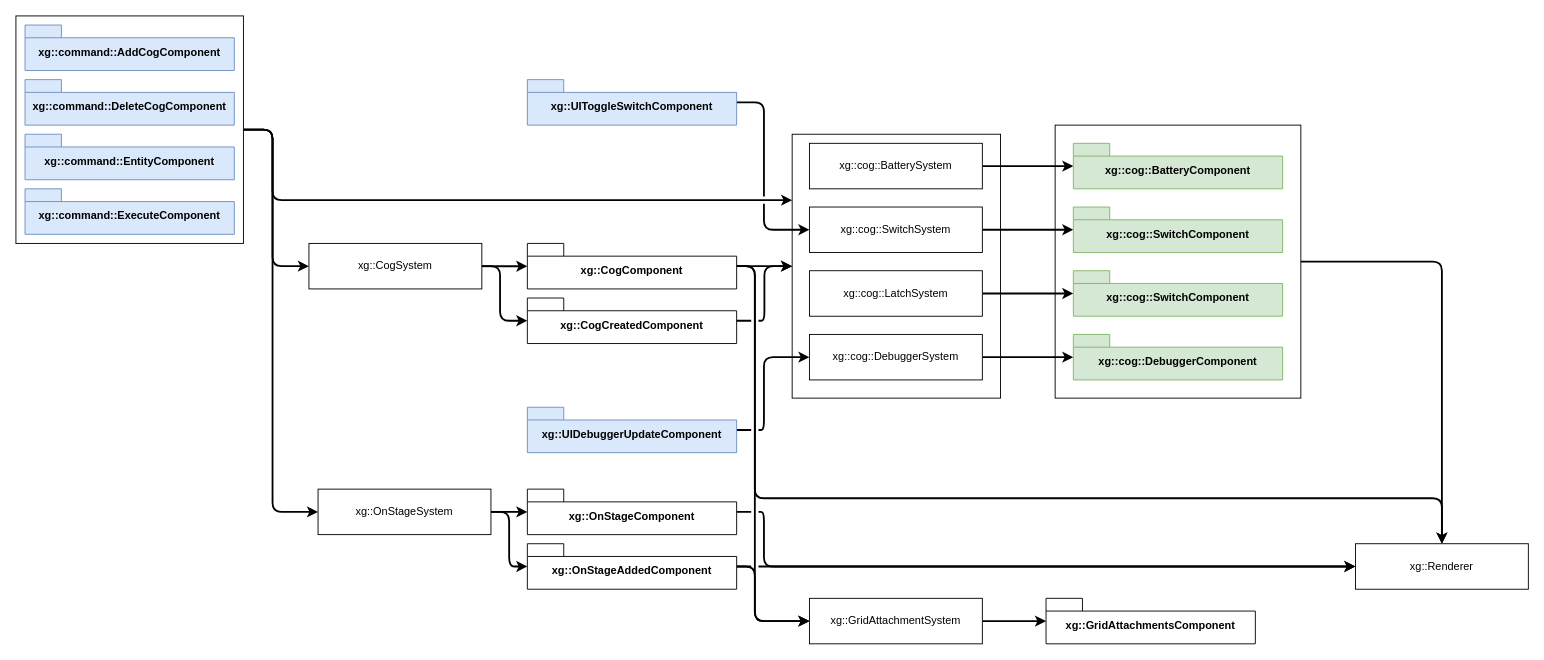
Before: design/cog.drawio in djfooks-kl/breadboard, a draw.io diagram. Source tidied: cells renumbered, new cells numbered last; positions are measured from the earlier drawing's top-left corner, leaving out a move shared by most shapes. Both pictures are drawn from the tidied source at 91%, with x=0, y=0 at pixel (15, 15).
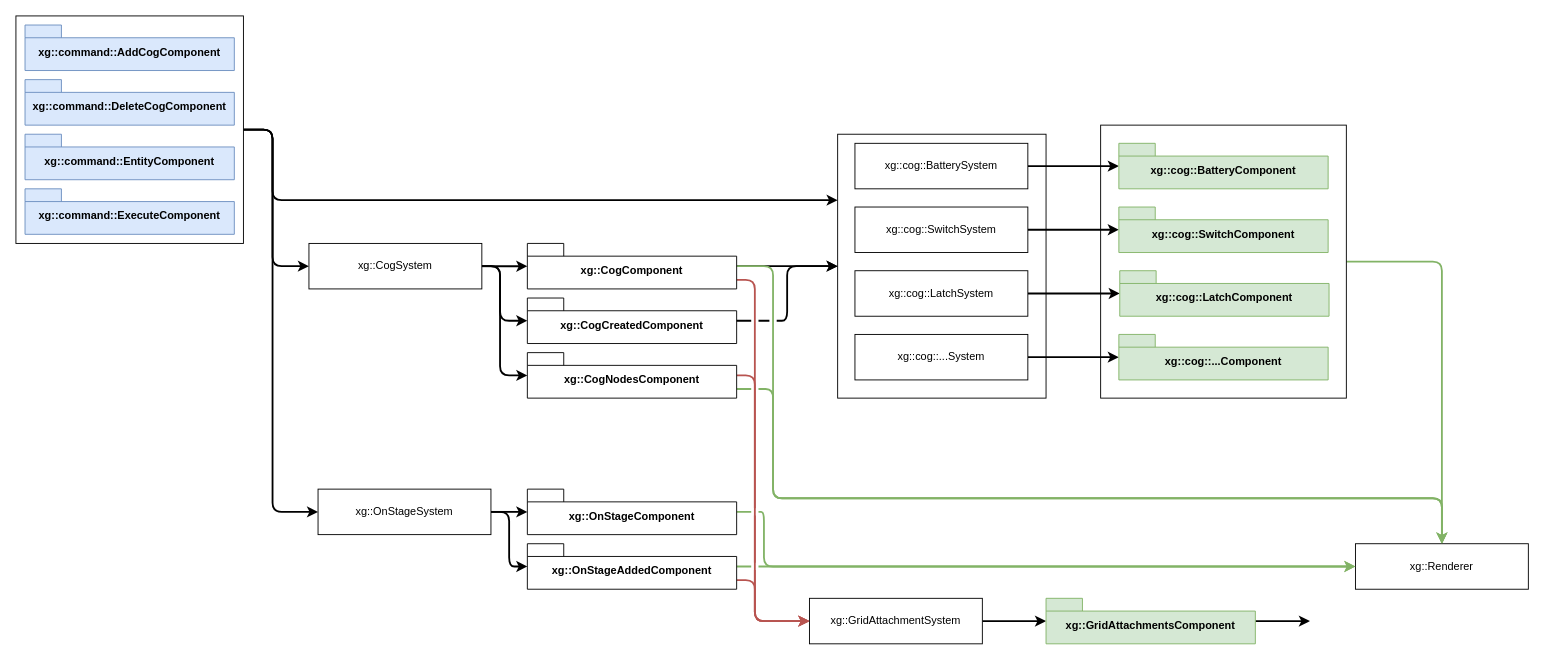
Above is the later version.

The change refers to these unchanged cells:
```xml
<mxCell id="16" value="xg::CogComponent" style="shape=folder;fontStyle=1;spacingTop=10;tabWidth=40;tabHeight=14;tabPosition=left;html=1;whiteSpace=wrap;" parent="1" vertex="1">
  <mxGeometry x="562" y="250" width="230" height="50" as="geometry" />
</mxCell>
<mxCell id="18" value="xg::CogSystem" style="html=1;whiteSpace=wrap;" parent="1" vertex="1">
  <mxGeometry x="322" y="250" width="190" height="50" as="geometry" />
</mxCell>
<mxCell id="22" value="xg::Renderer" style="html=1;whiteSpace=wrap;" parent="1" vertex="1">
  <mxGeometry x="1472" y="580" width="190" height="50" as="geometry" />
</mxCell>
<mxCell id="41" value="xg::OnStageComponent" style="shape=folder;fontStyle=1;spacingTop=10;tabWidth=40;tabHeight=14;tabPosition=left;html=1;whiteSpace=wrap;" parent="1" vertex="1">
  <mxGeometry x="562" y="520" width="230" height="50" as="geometry" />
</mxCell>
<mxCell id="46" value="xg::OnStageAddedComponent" style="shape=folder;fontStyle=1;spacingTop=10;tabWidth=40;tabHeight=14;tabPosition=left;html=1;whiteSpace=wrap;" parent="1" vertex="1">
  <mxGeometry x="562" y="580" width="230" height="50" as="geometry" />
</mxCell>
<mxCell id="48" value="xg::GridAttachmentSystem" style="html=1;whiteSpace=wrap;" parent="1" vertex="1">
  <mxGeometry x="872" y="640" width="190" height="50" as="geometry" />
</mxCell>
```

The edit, as a diff of the source:
```diff
@@
-    <mxCell id="2" style="edgeStyle=orthogonalEdgeStyle;shape=connector;curved=0;rounded=1;jettySize=auto;html=1;strokeColor=default;strokeWidth=2;align=center;verticalAlign=middle;fontFamily=Helvetica;fontSize=11;fontColor=default;labelBackgroundColor=default;endArrow=classic;jumpStyle=gap;" parent="1" edge="1" source="3" target="22">
+    <mxCell id="2" style="edgeStyle=orthogonalEdgeStyle;shape=connector;curved=0;rounded=1;jettySize=auto;html=1;strokeColor=#82b366;strokeWidth=2;align=center;verticalAlign=middle;fontFamily=Helvetica;fontSize=11;fontColor=default;labelBackgroundColor=default;endArrow=classic;jumpStyle=gap;fillColor=#d5e8d4;" parent="1" edge="1" source="3" target="22">
       <mxGeometry relative="1" as="geometry" />
     </mxCell>
     <mxCell id="3" style="rounded=0;whiteSpace=wrap;html=1;fontFamily=Helvetica;fontSize=11;fontColor=default;labelBackgroundColor=default;" parent="1" vertex="1">
-      <mxGeometry x="1142" y="120" width="270" height="300" as="geometry" />
+      <mxGeometry x="1192" y="120" width="270" height="300" as="geometry" />
     </mxCell>
     <mxCell id="4" style="rounded=0;whiteSpace=wrap;html=1;" parent="1" vertex="1">
-      <mxGeometry x="853" y="130" width="229" height="290" as="geometry" />
+      <mxGeometry x="903" y="130" width="229" height="290" as="geometry" />
     </mxCell>
@@
-    <mxCell id="14" style="edgeStyle=orthogonalEdgeStyle;shape=connector;curved=0;rounded=1;jettySize=auto;html=1;strokeColor=default;strokeWidth=2;align=center;verticalAlign=middle;fontFamily=Helvetica;fontSize=11;fontColor=default;labelBackgroundColor=default;endArrow=classic;jumpStyle=gap;" parent="1" edge="1" source="16" target="22">
+    <mxCell id="14" style="edgeStyle=orthogonalEdgeStyle;shape=connector;curved=0;rounded=1;jettySize=auto;html=1;strokeColor=#82b366;strokeWidth=2;align=center;verticalAlign=middle;fontFamily=Helvetica;fontSize=11;fontColor=default;labelBackgroundColor=default;endArrow=classic;jumpStyle=gap;fillColor=#d5e8d4;" parent="1" edge="1" source="16" target="22">
       <mxGeometry relative="1" as="geometry">
         <Array as="points">
-          <mxPoint x="812" y="275" />
-          <mxPoint x="812" y="530" />
+          <mxPoint x="832" y="275" />
+          <mxPoint x="832" y="530" />
+          <mxPoint x="1567" y="530" />
         </Array>
       </mxGeometry>
     </mxCell>
-    <mxCell id="15" style="edgeStyle=orthogonalEdgeStyle;shape=connector;curved=0;rounded=1;jumpStyle=gap;jettySize=auto;html=1;strokeColor=default;strokeWidth=2;align=center;verticalAlign=middle;fontFamily=Helvetica;fontSize=11;fontColor=default;labelBackgroundColor=default;endArrow=classic;" parent="1" edge="1" source="16" target="48">
+    <mxCell id="15" style="edgeStyle=orthogonalEdgeStyle;shape=connector;curved=0;rounded=1;jumpStyle=gap;jettySize=auto;html=1;strokeColor=#b85450;strokeWidth=2;align=center;verticalAlign=middle;fontFamily=Helvetica;fontSize=11;fontColor=default;labelBackgroundColor=default;endArrow=classic;fillColor=#f8cecc;" parent="1" edge="1" source="16" target="48">
       <mxGeometry relative="1" as="geometry">
         <Array as="points">
-          <mxPoint x="812" y="275" />
+          <mxPoint x="812" y="290" />
           <mxPoint x="812" y="665" />
         </Array>
       </mxGeometry>
     </mxCell>
@@
+    <mxCell id="50" style="edgeStyle=orthogonalEdgeStyle;shape=connector;curved=0;rounded=1;jumpStyle=gap;jettySize=auto;html=1;strokeColor=default;strokeWidth=2;align=center;verticalAlign=middle;fontFamily=Helvetica;fontSize=11;fontColor=default;labelBackgroundColor=default;endArrow=classic;" parent="1" edge="1" source="18" target="54">
+      <mxGeometry relative="1" as="geometry">
+        <Array as="points">
+          <mxPoint x="532" y="275" />
+          <mxPoint x="532" y="395" />
+        </Array>
+      </mxGeometry>
+    </mxCell>
@@
     <mxCell id="20" value="xg::cog::BatterySystem" style="html=1;whiteSpace=wrap;" parent="1" vertex="1">
-      <mxGeometry x="872" y="140" width="190" height="50" as="geometry" />
+      <mxGeometry x="922" y="140" width="190" height="50" as="geometry" />
     </mxCell>
     <mxCell id="21" value="xg::cog::BatteryComponent" style="shape=folder;fontStyle=1;spacingTop=10;tabWidth=40;tabHeight=14;tabPosition=left;html=1;whiteSpace=wrap;fillColor=#d5e8d4;strokeColor=#82b366;" parent="1" vertex="1">
-      <mxGeometry x="1162" y="140" width="230" height="50" as="geometry" />
+      <mxGeometry x="1212" y="140" width="230" height="50" as="geometry" />
     </mxCell>
@@
     <mxCell id="24" value="xg::cog::LatchSystem" style="html=1;whiteSpace=wrap;" parent="1" vertex="1">
-      <mxGeometry x="872" y="280" width="190" height="50" as="geometry" />
+      <mxGeometry x="922" y="280" width="190" height="50" as="geometry" />
     </mxCell>
@@
     <mxCell id="26" value="xg::cog::SwitchSystem" style="html=1;whiteSpace=wrap;" parent="1" vertex="1">
-      <mxGeometry x="872" y="210" width="190" height="50" as="geometry" />
+      <mxGeometry x="922" y="210" width="190" height="50" as="geometry" />
     </mxCell>
@@
-    <mxCell id="28" value="xg::cog::DebuggerSystem" style="html=1;whiteSpace=wrap;" parent="1" vertex="1">
-      <mxGeometry x="872" y="350" width="190" height="50" as="geometry" />
+    <mxCell id="28" value="xg::cog::...System" style="html=1;whiteSpace=wrap;" parent="1" vertex="1">
+      <mxGeometry x="922" y="350" width="190" height="50" as="geometry" />
     </mxCell>
     <mxCell id="29" value="xg::cog::SwitchComponent" style="shape=folder;fontStyle=1;spacingTop=10;tabWidth=40;tabHeight=14;tabPosition=left;html=1;whiteSpace=wrap;fillColor=#d5e8d4;strokeColor=#82b366;" parent="1" vertex="1">
-      <mxGeometry x="1162" y="210" width="230" height="50" as="geometry" />
+      <mxGeometry x="1212" y="210" width="230" height="50" as="geometry" />
     </mxCell>
-    <mxCell id="30" style="edgeStyle=orthogonalEdgeStyle;shape=connector;curved=0;rounded=1;jettySize=auto;html=1;strokeColor=default;strokeWidth=2;align=center;verticalAlign=middle;fontFamily=Helvetica;fontSize=11;fontColor=default;labelBackgroundColor=default;endArrow=classic;jumpStyle=gap;" parent="1" edge="1" source="31" target="26">
-      <mxGeometry relative="1" as="geometry">
-        <Array as="points">
-          <mxPoint x="822" y="95" />
-          <mxPoint x="822" y="235" />
-        </Array>
-      </mxGeometry>
-    </mxCell>
-    <mxCell id="31" value="xg::UIToggleSwitchComponent" style="shape=folder;fontStyle=1;spacingTop=10;tabWidth=40;tabHeight=14;tabPosition=left;html=1;whiteSpace=wrap;fillColor=#dae8fc;strokeColor=#6c8ebf;" parent="1" vertex="1">
-      <mxGeometry x="562" y="70" width="230" height="50" as="geometry" />
-    </mxCell>
-    <mxCell id="32" style="edgeStyle=orthogonalEdgeStyle;shape=connector;curved=0;rounded=1;jettySize=auto;html=1;strokeColor=default;strokeWidth=2;align=center;verticalAlign=middle;fontFamily=Helvetica;fontSize=11;fontColor=default;labelBackgroundColor=default;endArrow=classic;jumpStyle=gap;" parent="1" edge="1" source="33" target="28">
-      <mxGeometry relative="1" as="geometry">
-        <Array as="points">
-          <mxPoint x="822" y="455" />
-          <mxPoint x="822" y="375" />
-        </Array>
-      </mxGeometry>
-    </mxCell>
-    <mxCell id="33" value="xg::UIDebuggerUpdateComponent" style="shape=folder;fontStyle=1;spacingTop=10;tabWidth=40;tabHeight=14;tabPosition=left;html=1;whiteSpace=wrap;fillColor=#dae8fc;strokeColor=#6c8ebf;" parent="1" vertex="1">
-      <mxGeometry x="562" y="430" width="230" height="50" as="geometry" />
-    </mxCell>
-    <mxCell id="34" value="xg::cog::DebuggerComponent" style="shape=folder;fontStyle=1;spacingTop=10;tabWidth=40;tabHeight=14;tabPosition=left;html=1;whiteSpace=wrap;fillColor=#d5e8d4;strokeColor=#82b366;" parent="1" vertex="1">
-      <mxGeometry x="1162" y="350" width="230" height="50" as="geometry" />
+    <mxCell id="34" value="xg::cog::...Component" style="shape=folder;fontStyle=1;spacingTop=10;tabWidth=40;tabHeight=14;tabPosition=left;html=1;whiteSpace=wrap;fillColor=#d5e8d4;strokeColor=#82b366;" parent="1" vertex="1">
+      <mxGeometry x="1212" y="350" width="230" height="50" as="geometry" />
     </mxCell>
-    <mxCell id="35" value="xg::cog::SwitchComponent" style="shape=folder;fontStyle=1;spacingTop=10;tabWidth=40;tabHeight=14;tabPosition=left;html=1;whiteSpace=wrap;fillColor=#d5e8d4;strokeColor=#82b366;" parent="1" vertex="1">
-      <mxGeometry x="1162" y="280" width="230" height="50" as="geometry" />
+    <mxCell id="35" value="xg::cog::LatchComponent" style="shape=folder;fontStyle=1;spacingTop=10;tabWidth=40;tabHeight=14;tabPosition=left;html=1;whiteSpace=wrap;fillColor=#d5e8d4;strokeColor=#82b366;" parent="1" vertex="1">
+      <mxGeometry x="1213" y="280" width="230" height="50" as="geometry" />
     </mxCell>
@@
-    <mxCell id="40" style="edgeStyle=orthogonalEdgeStyle;shape=connector;curved=0;rounded=1;jettySize=auto;html=1;strokeColor=default;strokeWidth=2;align=center;verticalAlign=middle;fontFamily=Helvetica;fontSize=11;fontColor=default;labelBackgroundColor=default;endArrow=classic;jumpStyle=gap;" parent="1" edge="1" source="41" target="22">
+    <mxCell id="40" style="edgeStyle=orthogonalEdgeStyle;shape=connector;curved=0;rounded=1;jettySize=auto;html=1;strokeColor=#82b366;strokeWidth=2;align=center;verticalAlign=middle;fontFamily=Helvetica;fontSize=11;fontColor=default;labelBackgroundColor=default;endArrow=classic;jumpStyle=gap;fillColor=#d5e8d4;" parent="1" edge="1" source="41" target="22">
       <mxGeometry relative="1" as="geometry">
         <Array as="points">
           <mxPoint x="822" y="545" />
           <mxPoint x="822" y="605" />
         </Array>
       </mxGeometry>
     </mxCell>
@@
-    <mxCell id="44" style="edgeStyle=orthogonalEdgeStyle;shape=connector;curved=0;rounded=1;jumpStyle=gap;jettySize=auto;html=1;strokeColor=default;strokeWidth=2;align=center;verticalAlign=middle;fontFamily=Helvetica;fontSize=11;fontColor=default;labelBackgroundColor=default;endArrow=classic;" parent="1" edge="1" source="46" target="22">
+    <mxCell id="44" style="edgeStyle=orthogonalEdgeStyle;shape=connector;curved=0;rounded=1;jumpStyle=gap;jettySize=auto;html=1;strokeColor=#82b366;strokeWidth=2;align=center;verticalAlign=middle;fontFamily=Helvetica;fontSize=11;fontColor=default;labelBackgroundColor=default;endArrow=classic;fillColor=#d5e8d4;" parent="1" edge="1" source="46" target="22">
       <mxGeometry relative="1" as="geometry" />
     </mxCell>
-    <mxCell id="45" style="edgeStyle=orthogonalEdgeStyle;shape=connector;curved=0;rounded=1;jumpStyle=gap;jettySize=auto;html=1;strokeColor=default;strokeWidth=2;align=center;verticalAlign=middle;fontFamily=Helvetica;fontSize=11;fontColor=default;labelBackgroundColor=default;endArrow=classic;" parent="1" edge="1" source="46" target="48">
+    <mxCell id="45" style="edgeStyle=orthogonalEdgeStyle;shape=connector;curved=0;rounded=1;jumpStyle=gap;jettySize=auto;html=1;strokeColor=#b85450;strokeWidth=2;align=center;verticalAlign=middle;fontFamily=Helvetica;fontSize=11;fontColor=default;labelBackgroundColor=default;endArrow=classic;fillColor=#f8cecc;" parent="1" edge="1" source="46" target="48">
       <mxGeometry relative="1" as="geometry">
         <Array as="points">
-          <mxPoint x="812" y="605" />
+          <mxPoint x="812" y="620" />
           <mxPoint x="812" y="665" />
         </Array>
       </mxGeometry>
     </mxCell>
@@
+    <mxCell id="51" style="edgeStyle=orthogonalEdgeStyle;shape=connector;curved=0;rounded=1;jumpStyle=gap;jettySize=auto;html=1;strokeColor=default;strokeWidth=2;align=center;verticalAlign=middle;fontFamily=Helvetica;fontSize=11;fontColor=default;labelBackgroundColor=default;endArrow=classic;" parent="1" edge="1" source="49">
+      <mxGeometry relative="1" as="geometry">
+        <mxPoint x="1422" y="665" as="targetPoint" />
+      </mxGeometry>
+    </mxCell>
-    <mxCell id="49" value="xg::GridAttachmentsComponent" style="shape=folder;fontStyle=1;spacingTop=10;tabWidth=40;tabHeight=14;tabPosition=left;html=1;whiteSpace=wrap;" parent="1" vertex="1">
+    <mxCell id="49" value="xg::GridAttachmentsComponent" style="shape=folder;fontStyle=1;spacingTop=10;tabWidth=40;tabHeight=14;tabPosition=left;html=1;whiteSpace=wrap;fillColor=#d5e8d4;strokeColor=#82b366;" parent="1" vertex="1">
       <mxGeometry x="1132" y="640" width="230" height="50" as="geometry" />
     </mxCell>
+    <mxCell id="52" style="edgeStyle=orthogonalEdgeStyle;shape=connector;curved=0;rounded=1;jumpStyle=gap;jettySize=auto;html=1;strokeColor=#b85450;strokeWidth=2;align=center;verticalAlign=middle;fontFamily=Helvetica;fontSize=11;fontColor=default;labelBackgroundColor=default;endArrow=classic;fillColor=#f8cecc;" parent="1" edge="1" source="54" target="48">
+      <mxGeometry relative="1" as="geometry">
+        <Array as="points">
+          <mxPoint x="812" y="395" />
+          <mxPoint x="812" y="665" />
+        </Array>
+      </mxGeometry>
+    </mxCell>
+    <mxCell id="53" style="edgeStyle=orthogonalEdgeStyle;shape=connector;curved=0;rounded=1;jumpStyle=gap;jettySize=auto;html=1;strokeColor=#82b366;strokeWidth=2;align=center;verticalAlign=middle;fontFamily=Helvetica;fontSize=11;fontColor=default;labelBackgroundColor=default;endArrow=classic;fillColor=#d5e8d4;" parent="1" edge="1" source="54" target="22">
+      <mxGeometry relative="1" as="geometry">
+        <Array as="points">
+          <mxPoint x="832" y="410" />
+          <mxPoint x="832" y="530" />
+          <mxPoint x="1567" y="530" />
+        </Array>
+      </mxGeometry>
+    </mxCell>
+    <mxCell id="54" value="xg::CogNodesComponent" style="shape=folder;fontStyle=1;spacingTop=10;tabWidth=40;tabHeight=14;tabPosition=left;html=1;whiteSpace=wrap;" parent="1" vertex="1">
+      <mxGeometry x="562" y="370" width="230" height="50" as="geometry" />
+    </mxCell>
```
